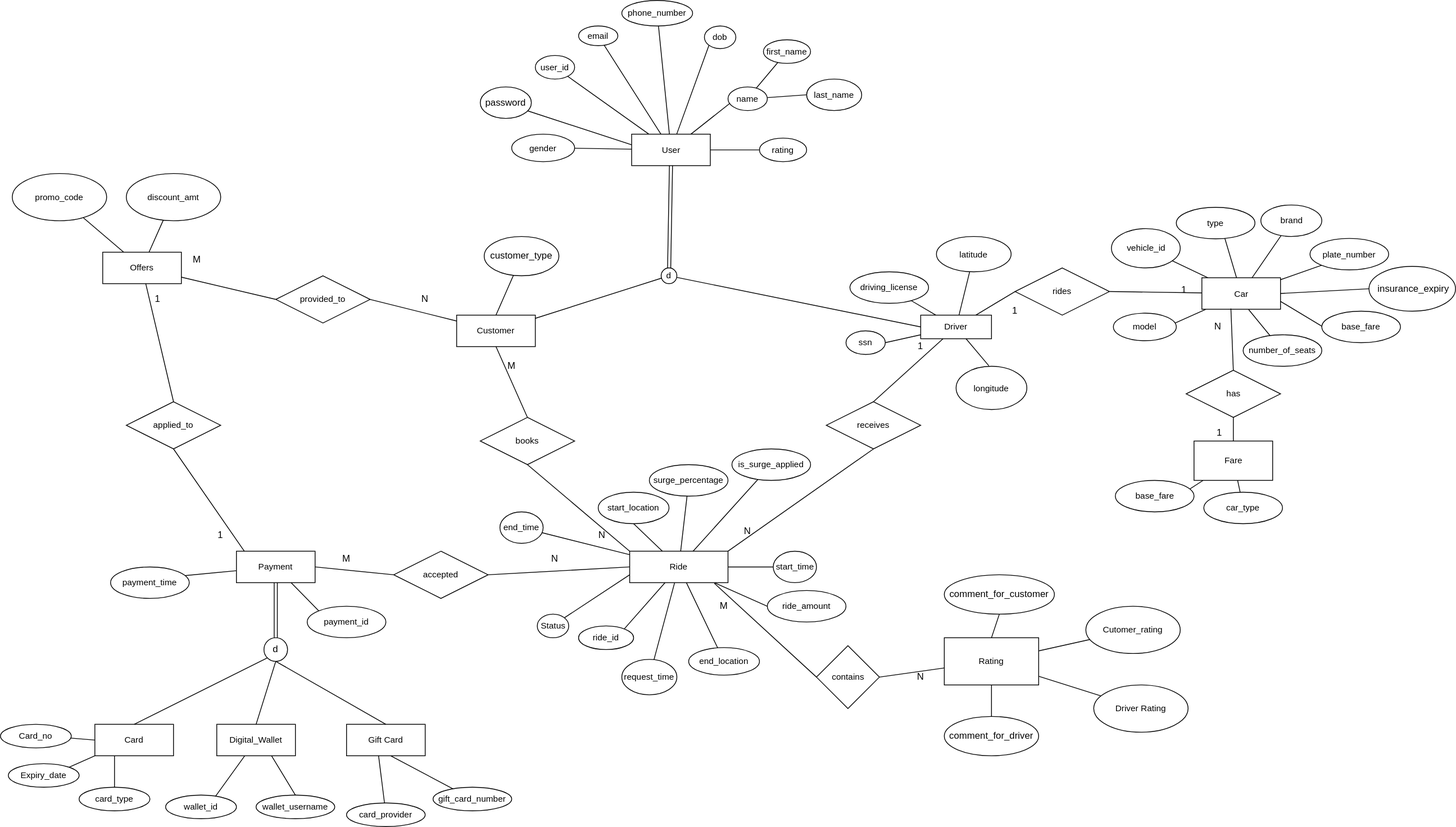
The draw.io diagram Uber backend.svg in NandhiniPeriyasamy13/Uber-backend-database-design, before a commit. Source tidied: cells renumbered, new cells last; positions are measured from the earlier drawing's top-left corner, leaving out a move shared by most shapes.
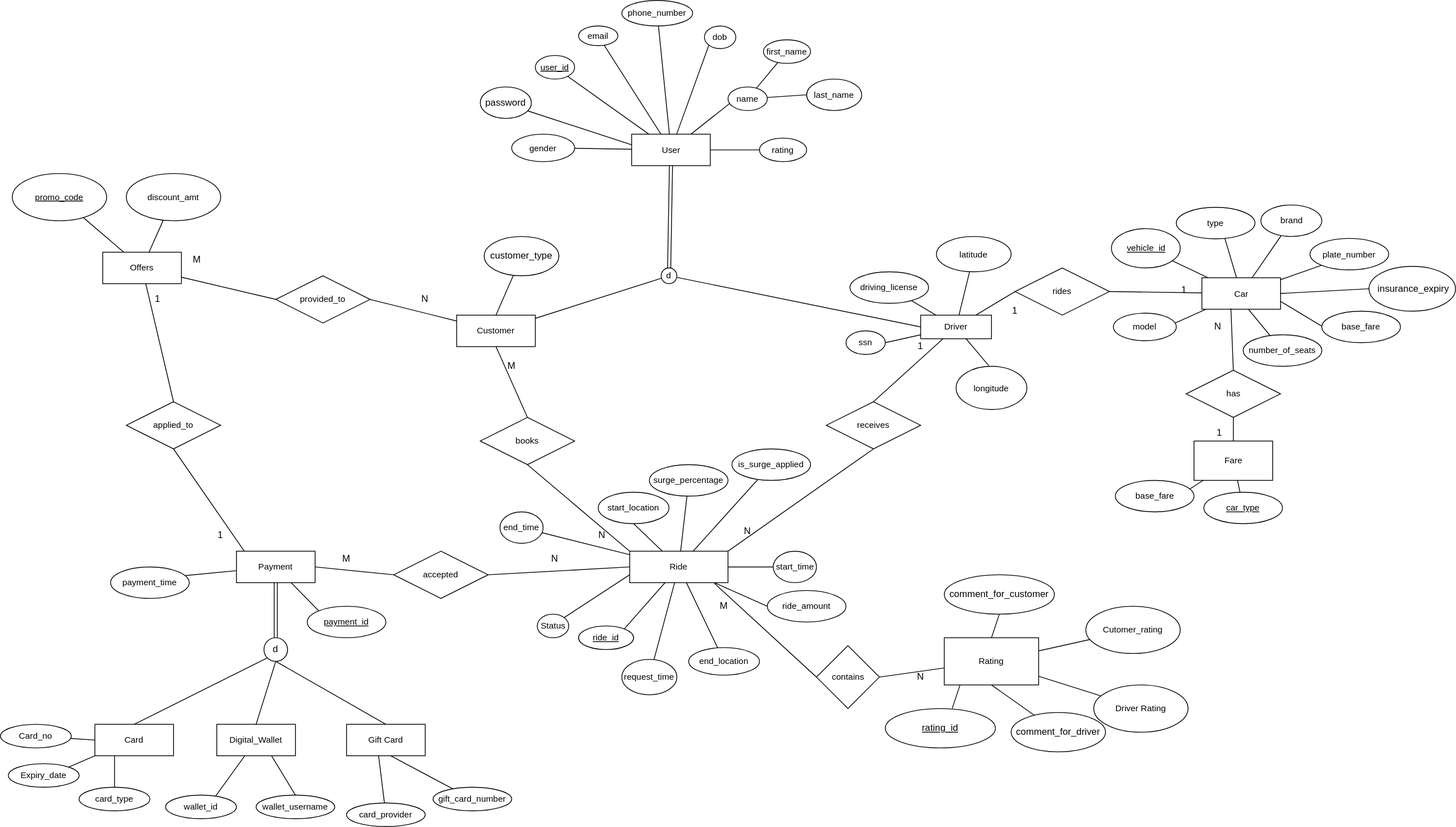
After the change.

Commit message:
underlined the primary keys

What changed in the source:
```diff
@@ -2,6 +2,9 @@
   <root>
     <mxCell id="0" />
     <mxCell id="1" parent="0" />
+    <mxCell id="163" style="ellipse;whiteSpace=wrap;html=1;" parent="1" vertex="1">
+      <mxGeometry x="1125" y="900" width="140" height="50" as="geometry" />
+    </mxCell>
     <mxCell id="2" style="rounded=0;jettySize=auto;html=1;endFill=0;endArrow=none;startFill=0;" parent="1" edge="1" source="9" target="32">
       <mxGeometry relative="1" as="geometry" />
     </mxCell>
@@ -90,7 +93,7 @@
     <mxCell id="29" value="Ride" style="whiteSpace=wrap;html=1;align=center;rounded=0;fontSize=11;labelBackgroundColor=#ffffff;endFill=0;startFill=0;" parent="1" vertex="1">
       <mxGeometry x="800" y="700" width="125" height="40" as="geometry" />
     </mxCell>
-    <mxCell id="30" value="user_id" style="ellipse;whiteSpace=wrap;html=1;align=center;rounded=0;fontSize=11;labelBackgroundColor=#ffffff;endFill=0;startFill=0;" parent="1" vertex="1">
+    <mxCell id="30" value="&lt;u&gt;user_id&lt;/u&gt;" style="ellipse;whiteSpace=wrap;html=1;align=center;rounded=0;fontSize=11;labelBackgroundColor=#ffffff;endFill=0;startFill=0;" parent="1" vertex="1">
       <mxGeometry x="680" y="70" width="50" height="30" as="geometry" />
     </mxCell>
     <mxCell id="31" value="email" style="ellipse;whiteSpace=wrap;html=1;align=center;rounded=0;fontSize=11;labelBackgroundColor=#ffffff;endFill=0;startFill=0;" parent="1" vertex="1">
@@ -240,7 +243,7 @@
     <mxCell id="79" value="Payment" style="whiteSpace=wrap;html=1;align=center;rounded=0;fontSize=11;labelBackgroundColor=#ffffff;endFill=0;startFill=0;" parent="1" vertex="1">
       <mxGeometry x="300" y="700" width="100" height="40" as="geometry" />
     </mxCell>
-    <mxCell id="80" value="promo_code" style="ellipse;whiteSpace=wrap;html=1;rounded=0;fontSize=11;labelBackgroundColor=#ffffff;endFill=0;startFill=0;" parent="1" vertex="1">
+    <mxCell id="80" value="&lt;u&gt;promo_code&lt;/u&gt;" style="ellipse;whiteSpace=wrap;html=1;rounded=0;fontSize=11;labelBackgroundColor=#ffffff;endFill=0;startFill=0;" parent="1" vertex="1">
       <mxGeometry x="15" y="220" width="120" height="60" as="geometry" />
     </mxCell>
     <mxCell id="81" value="discount_amt" style="ellipse;whiteSpace=wrap;html=1;rounded=0;fontSize=11;labelBackgroundColor=#ffffff;endFill=0;startFill=0;" parent="1" vertex="1">
@@ -266,13 +269,13 @@
     <mxCell id="87" value="type" style="ellipse;whiteSpace=wrap;html=1;rounded=0;fontSize=11;labelBackgroundColor=#ffffff;endFill=0;startFill=0;" parent="1" vertex="1">
       <mxGeometry x="1495" y="263" width="100" height="40" as="geometry" />
     </mxCell>
-    <mxCell id="88" value="vehicle_id" style="ellipse;whiteSpace=wrap;html=1;align=center;rounded=0;fontSize=11;labelBackgroundColor=#ffffff;endFill=0;startFill=0;" parent="1" vertex="1">
+    <mxCell id="88" value="&lt;u&gt;vehicle_id&lt;/u&gt;" style="ellipse;whiteSpace=wrap;html=1;align=center;rounded=0;fontSize=11;labelBackgroundColor=#ffffff;endFill=0;startFill=0;" parent="1" vertex="1">
       <mxGeometry x="1412.5" y="290" width="87.5" height="50" as="geometry" />
     </mxCell>
     <mxCell id="89" value="start_location" style="ellipse;whiteSpace=wrap;html=1;align=center;rounded=0;fontSize=11;labelBackgroundColor=#ffffff;endFill=0;startFill=0;" parent="1" vertex="1">
       <mxGeometry x="760" y="625" width="90" height="40" as="geometry" />
     </mxCell>
-    <mxCell id="90" value="ride_id" style="ellipse;whiteSpace=wrap;html=1;align=center;rounded=0;fontSize=11;labelBackgroundColor=#ffffff;endFill=0;startFill=0;" parent="1" vertex="1">
+    <mxCell id="90" value="&lt;u&gt;ride_id&lt;/u&gt;" style="ellipse;whiteSpace=wrap;html=1;align=center;rounded=0;fontSize=11;labelBackgroundColor=#ffffff;endFill=0;startFill=0;" parent="1" vertex="1">
       <mxGeometry x="735" y="795" width="70" height="30" as="geometry" />
     </mxCell>
     <mxCell id="91" value="end_location" style="ellipse;whiteSpace=wrap;html=1;align=center;rounded=0;fontSize=11;labelBackgroundColor=#ffffff;endFill=0;startFill=0;" parent="1" vertex="1">
@@ -308,7 +311,7 @@
     <mxCell id="101" value="Fare" style="whiteSpace=wrap;html=1;rounded=0;fontSize=11;labelBackgroundColor=#ffffff;endFill=0;startFill=0;" parent="1" vertex="1">
       <mxGeometry x="1517.5" y="560" width="100" height="50" as="geometry" />
     </mxCell>
-    <mxCell id="102" value="car_type" style="ellipse;whiteSpace=wrap;html=1;align=center;rounded=0;fontSize=11;labelBackgroundColor=#ffffff;endFill=0;startFill=0;" parent="1" vertex="1">
+    <mxCell id="102" value="&lt;u&gt;car_type&lt;/u&gt;" style="ellipse;whiteSpace=wrap;html=1;align=center;rounded=0;fontSize=11;labelBackgroundColor=#ffffff;endFill=0;startFill=0;" parent="1" vertex="1">
       <mxGeometry x="1530" y="625" width="100" height="40" as="geometry" />
     </mxCell>
     <mxCell id="103" value="base_fare" style="ellipse;whiteSpace=wrap;html=1;align=center;rounded=0;fontSize=11;labelBackgroundColor=#ffffff;endFill=0;startFill=0;" parent="1" vertex="1">
@@ -323,7 +326,7 @@
     <mxCell id="106" value="longitude" style="ellipse;whiteSpace=wrap;html=1;rounded=0;fontSize=11;labelBackgroundColor=#ffffff;endFill=0;startFill=0;" parent="1" vertex="1">
       <mxGeometry x="1215" y="465" width="90" height="55" as="geometry" />
     </mxCell>
-    <mxCell id="107" value="payment_id" style="ellipse;whiteSpace=wrap;html=1;align=center;rounded=0;fontSize=11;labelBackgroundColor=#ffffff;endFill=0;startFill=0;" parent="1" vertex="1">
+    <mxCell id="107" value="&lt;u&gt;payment_id&lt;/u&gt;" style="ellipse;whiteSpace=wrap;html=1;align=center;rounded=0;fontSize=11;labelBackgroundColor=#ffffff;endFill=0;startFill=0;" parent="1" vertex="1">
       <mxGeometry x="390" y="770" width="100" height="40" as="geometry" />
     </mxCell>
     <mxCell id="108" value="payment_time" style="ellipse;whiteSpace=wrap;html=1;align=center;rounded=0;fontSize=11;labelBackgroundColor=#ffffff;endFill=0;startFill=0;" parent="1" vertex="1">
@@ -490,7 +493,7 @@
       <mxGeometry relative="1" as="geometry" />
     </mxCell>
     <mxCell id="158" value="comment_for_driver" style="ellipse;whiteSpace=wrap;html=1;" parent="1" vertex="1">
-      <mxGeometry x="1200" y="910" width="120" height="50" as="geometry" />
+      <mxGeometry x="1285" y="905" width="120" height="50" as="geometry" />
     </mxCell>
     <mxCell id="159" value="comment_for_customer" style="ellipse;whiteSpace=wrap;html=1;" parent="1" vertex="1">
       <mxGeometry x="1200" y="730" width="140" height="50" as="geometry" />
@@ -504,5 +507,14 @@
     <mxCell id="162" value="N" style="text;html=1;strokeColor=none;fillColor=none;align=center;verticalAlign=middle;whiteSpace=wrap;rounded=0;" parent="1" vertex="1">
       <mxGeometry x="685" y="700" width="40" height="20" as="geometry" />
     </mxCell>
+    <mxCell id="164" value="&lt;u style=&quot;font-size: 12px&quot;&gt;&lt;span style=&quot;font-size: 12px&quot;&gt;rating_id&lt;/span&gt;&lt;/u&gt;" style="shape=partialRectangle;html=1;whiteSpace=wrap;fillColor=none;top=0;left=0;bottom=0;right=0;overflow=hidden;fontSize=12;" parent="1" vertex="1">
+      <mxGeometry x="1155" y="905" width="80" height="40" as="geometry" />
+    </mxCell>
+    <mxCell id="165" style="endArrow=none;html=1;entryX=0.5;entryY=1;entryDx=0;entryDy=0;exitX=0.5;exitY=0;exitDx=0;exitDy=0;" parent="1" edge="1">
+      <mxGeometry relative="1" as="geometry">
+        <mxPoint x="1210" y="900" as="sourcePoint" />
+        <mxPoint x="1220" y="870" as="targetPoint" />
+      </mxGeometry>
+    </mxCell>
   </root>
 </mxGraphModel>
```
